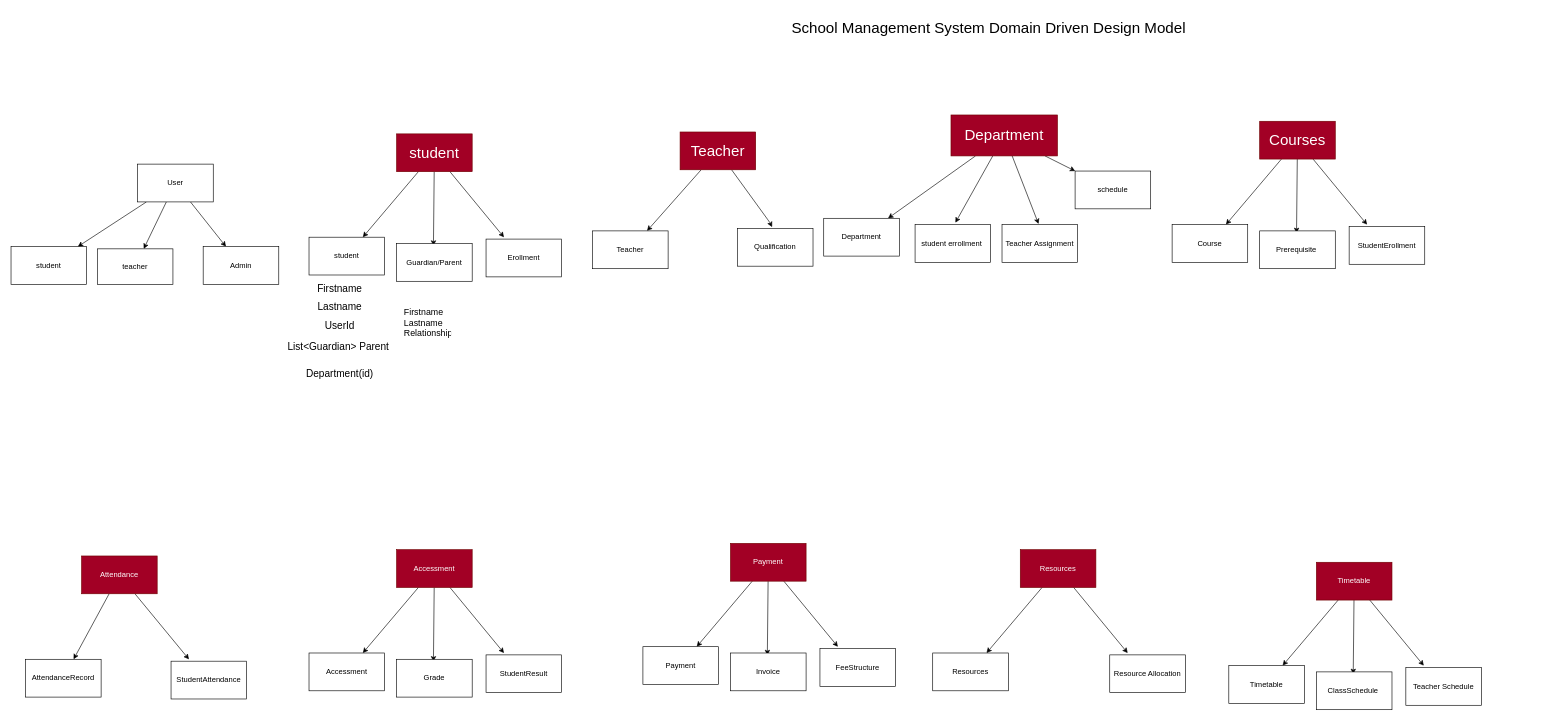
hakeem2499/SchoolAutomation keeps this draw.io diagram as app.drawio. Above is the earlier version. Source tidied: cells renumbered, new cells numbered last; positions are measured from the earlier drawing's top-left corner, leaving out a move shared by most shapes. Both pictures are drawn from the tidied source at 63%, with x=0, y=0 at pixel (11, 11).
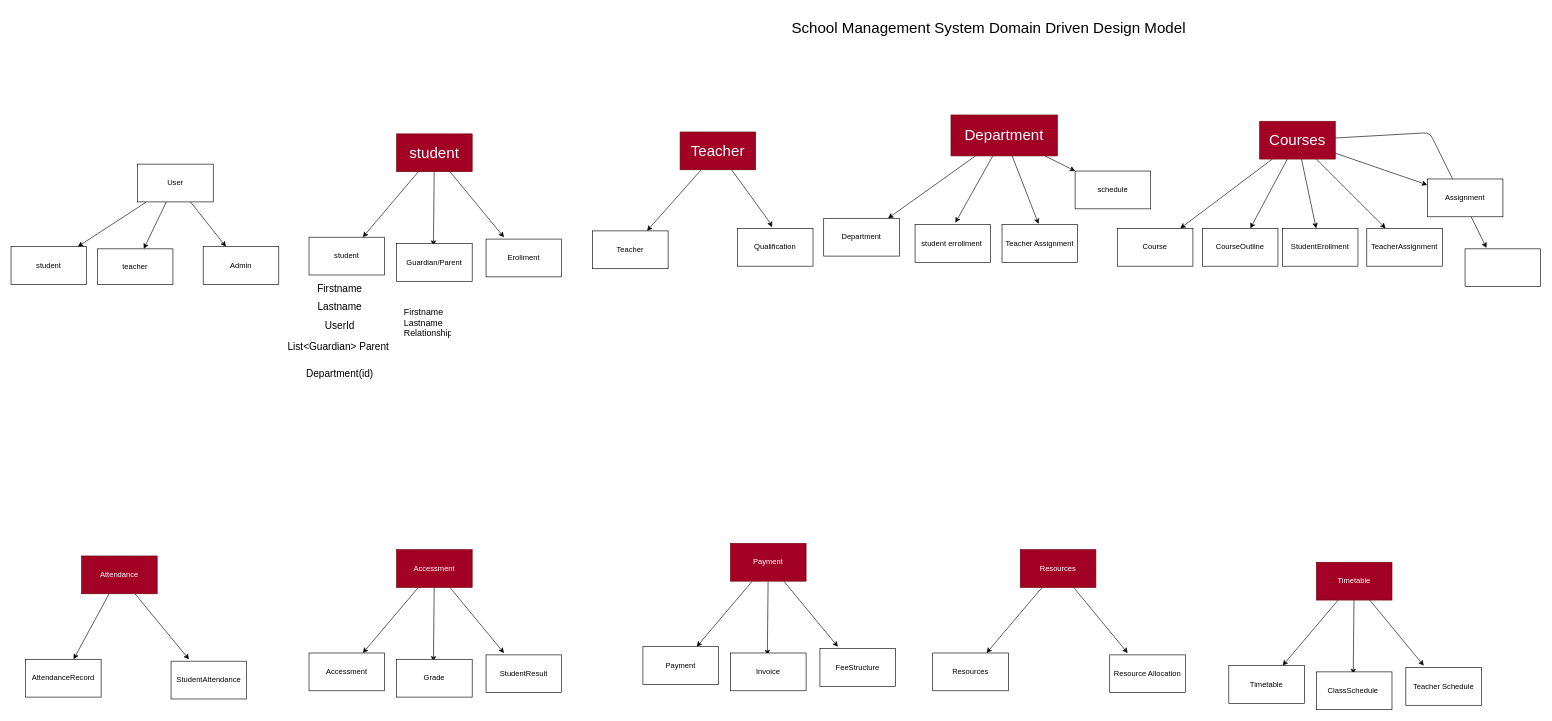
After the change.

Unchanged cells that the change refers to:
```xml
<mxCell id="56" value="&lt;font style=&quot;font-size: 24px;&quot;&gt;Courses&lt;/font&gt;" style="rounded=0;whiteSpace=wrap;html=1;fillColor=#a20025;fontColor=#ffffff;strokeColor=#6F0000;" parent="1" vertex="1">
  <mxGeometry x="1982" y="175" width="120" height="60" as="geometry" />
</mxCell>
```

The edit, as a diff of the source:
```diff
@@
-    <mxCell id="54" style="edgeStyle=none;html=1;" parent="1" edge="1" source="56">
-      <mxGeometry relative="1" as="geometry">
-        <mxPoint x="2040.5" y="352.6" as="targetPoint" />
-      </mxGeometry>
+    <mxCell id="54" style="edgeStyle=none;html=1;" parent="1" edge="1" source="56" target="58">
+      <mxGeometry relative="1" as="geometry" />
     </mxCell>
-    <mxCell id="55" style="edgeStyle=none;html=1;" parent="1" edge="1" source="56">
-      <mxGeometry relative="1" as="geometry">
-        <mxPoint x="2152.5" y="339.1" as="targetPoint" />
-      </mxGeometry>
+    <mxCell id="55" style="edgeStyle=none;html=1;" parent="1" edge="1" source="56" target="59">
+      <mxGeometry relative="1" as="geometry" />
     </mxCell>
+    <mxCell id="75" style="edgeStyle=none;html=1;" parent="1" edge="1" source="56" target="78">
+      <mxGeometry relative="1" as="geometry" />
+    </mxCell>
+    <mxCell id="76" style="edgeStyle=none;html=1;" parent="1" edge="1" source="56" target="79">
+      <mxGeometry relative="1" as="geometry" />
+    </mxCell>
+    <mxCell id="77" style="edgeStyle=none;html=1;" parent="1" edge="1" source="56">
+      <mxGeometry relative="1" as="geometry">
+        <mxPoint x="2342" y="376" as="targetPoint" />
+        <Array as="points">
+          <mxPoint x="2252" y="193" />
+        </Array>
+      </mxGeometry>
+    </mxCell>
@@
     <mxCell id="57" value="Course" style="rounded=0;whiteSpace=wrap;html=1;" parent="1" vertex="1">
-      <mxGeometry x="1843" y="339" width="120" height="60" as="geometry" />
+      <mxGeometry x="1756" y="345" width="120" height="60" as="geometry" />
     </mxCell>
-    <mxCell id="58" value="Prerequisite&amp;nbsp;" style="rounded=0;whiteSpace=wrap;html=1;" parent="1" vertex="1">
-      <mxGeometry x="1982" y="349" width="120" height="60" as="geometry" />
+    <mxCell id="58" value="CourseOutline" style="rounded=0;whiteSpace=wrap;html=1;" parent="1" vertex="1">
+      <mxGeometry x="1891" y="345" width="120" height="60" as="geometry" />
     </mxCell>
     <mxCell id="59" value="StudentErollment" style="rounded=0;whiteSpace=wrap;html=1;" parent="1" vertex="1">
-      <mxGeometry x="2124" y="342" width="120" height="60" as="geometry" />
+      <mxGeometry x="2018" y="345" width="120" height="60" as="geometry" />
     </mxCell>
@@
+    <mxCell id="78" value="TeacherAssignment" style="rounded=0;whiteSpace=wrap;html=1;" parent="1" vertex="1">
+      <mxGeometry x="2152" y="345" width="120" height="60" as="geometry" />
+    </mxCell>
+    <mxCell id="79" value="Assignment" style="rounded=0;whiteSpace=wrap;html=1;" parent="1" vertex="1">
+      <mxGeometry x="2248.1" y="266.6" width="120" height="60" as="geometry" />
+    </mxCell>
+    <mxCell id="80" style="rounded=0;whiteSpace=wrap;html=1;" parent="1" vertex="1">
+      <mxGeometry x="2308" y="377.5" width="120" height="60" as="geometry" />
+    </mxCell>
```
